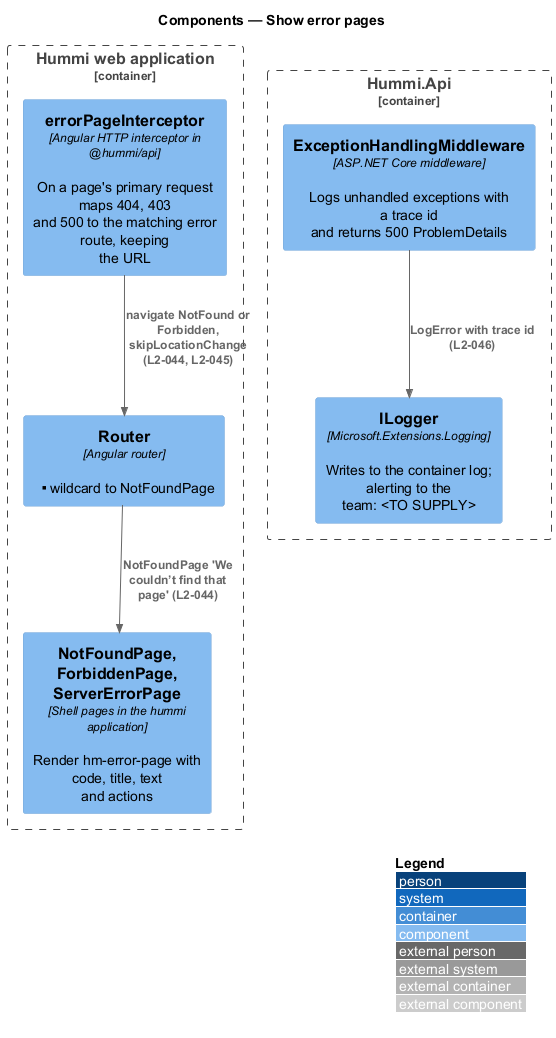
This is docs/detailed-designs/system-feedback/show-error-pages/diagrams/c4-component.png from QuinntyneBrown/hummi, a PlantUML export, as it was before one commit. Source of this version:
```plantuml
@startuml
!include <C4/C4_Component>
LAYOUT_WITH_LEGEND()
title Components — Show error pages

Container_Boundary(spa, "Hummi web application") {
  Component(int, "errorPageInterceptor", "Angular HTTP interceptor in @hummi/api", "On a page's primary request maps 404, 403\nand 500 to the matching error route, keeping\nthe URL")
  Component(router, "Router", "Angular router", "** wildcard to NotFoundPage")
  Component(pages, "NotFoundPage, ForbiddenPage, ServerErrorPage", "Shell pages in the hummi application", "Render hm-error-page with code, title, text\nand actions")
}
Container_Boundary(api, "Hummi.Api") {
  Component(mw, "ExceptionHandlingMiddleware", "ASP.NET Core middleware", "Logs unhandled exceptions with a trace id\nand returns 500 ProblemDetails")
  Component(log, "ILogger", "Microsoft.Extensions.Logging", "Writes to the container log; alerting to the\nteam: <TO SUPPLY>")
}
Rel(router, pages, "NotFoundPage 'We couldn’t find that\npage' (L2-044)")
Rel(int, router, "navigate NotFound or Forbidden,\nskipLocationChange (L2-044, L2-045)")
Rel(mw, log, "LogError with trace id (L2-046)")
@enduml
```
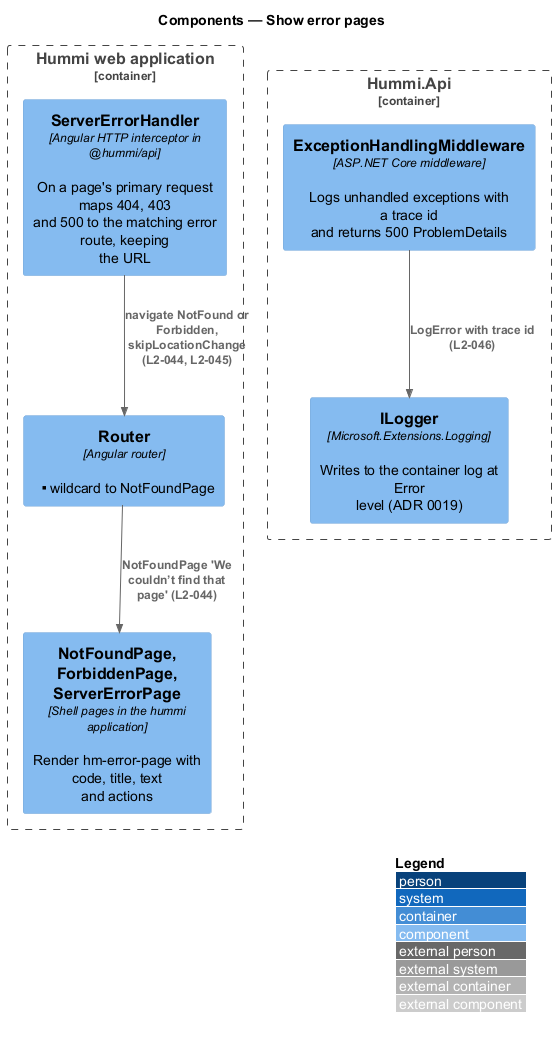
The same diagram one commit later.

What changed in the source:
```diff
@@ -4,13 +4,13 @@
 title Components — Show error pages
 
 Container_Boundary(spa, "Hummi web application") {
-  Component(int, "errorPageInterceptor", "Angular HTTP interceptor in @hummi/api", "On a page's primary request maps 404, 403\nand 500 to the matching error route, keeping\nthe URL")
+  Component(int, "ServerErrorHandler", "Angular HTTP interceptor in @hummi/api", "On a page's primary request maps 404, 403\nand 500 to the matching error route, keeping\nthe URL")
   Component(router, "Router", "Angular router", "** wildcard to NotFoundPage")
   Component(pages, "NotFoundPage, ForbiddenPage, ServerErrorPage", "Shell pages in the hummi application", "Render hm-error-page with code, title, text\nand actions")
 }
 Container_Boundary(api, "Hummi.Api") {
   Component(mw, "ExceptionHandlingMiddleware", "ASP.NET Core middleware", "Logs unhandled exceptions with a trace id\nand returns 500 ProblemDetails")
-  Component(log, "ILogger", "Microsoft.Extensions.Logging", "Writes to the container log; alerting to the\nteam: <TO SUPPLY>")
+  Component(log, "ILogger", "Microsoft.Extensions.Logging", "Writes to the container log at Error\nlevel (ADR 0019)")
 }
 Rel(router, pages, "NotFoundPage 'We couldn’t find that\npage' (L2-044)")
 Rel(int, router, "navigate NotFound or Forbidden,\nskipLocationChange (L2-044, L2-045)")
```
